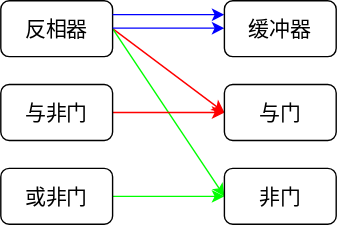
Before: [Notes]CircuitTheory/assets/2/逻辑门关系.drawio.svg, a diagram exported from draw.io (YiDingg/LatexNotes). Source tidied: cells renumbered, new cells last; positions are measured from the earlier drawing's top-left corner, leaving out a move shared by most shapes.
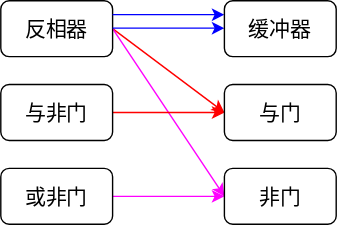
After the commit.

The edit, as a diff of the source:
```diff
@@ -5,7 +5,7 @@
     <mxCell id="2" style="edgeStyle=none;html=1;exitX=1;exitY=0.5;exitDx=0;exitDy=0;entryX=0;entryY=0.5;entryDx=0;entryDy=0;fontSize=15;strokeColor=#FF0000;" parent="1" edge="1" source="4" target="9">
       <mxGeometry relative="1" as="geometry" />
     </mxCell>
-    <mxCell id="3" style="edgeStyle=none;html=1;exitX=1;exitY=0.5;exitDx=0;exitDy=0;entryX=0;entryY=0.5;entryDx=0;entryDy=0;fontSize=15;strokeColor=#00FF00;" parent="1" edge="1" source="4" target="10">
+    <mxCell id="3" style="edgeStyle=none;html=1;exitX=1;exitY=0.5;exitDx=0;exitDy=0;entryX=0;entryY=0.5;entryDx=0;entryDy=0;fontSize=15;strokeColor=#FF00FF;" parent="1" edge="1" source="4" target="10">
       <mxGeometry relative="1" as="geometry" />
     </mxCell>
     <mxCell id="4" value="反相器" style="rounded=1;whiteSpace=wrap;html=1;fontSize=15;" parent="1" vertex="1">
@@ -19,7 +19,7 @@
     <mxCell id="6" value="与非门" style="rounded=1;whiteSpace=wrap;html=1;fontSize=15;" parent="1" vertex="1">
       <mxGeometry y="60" width="80" height="40" as="geometry" />
     </mxCell>
-    <mxCell id="7" style="edgeStyle=none;html=1;exitX=1;exitY=0.5;exitDx=0;exitDy=0;entryX=0;entryY=0.5;entryDx=0;entryDy=0;fontSize=15;strokeColor=#00FF00;" parent="1" edge="1" source="8" target="10">
+    <mxCell id="7" style="edgeStyle=none;html=1;exitX=1;exitY=0.5;exitDx=0;exitDy=0;entryX=0;entryY=0.5;entryDx=0;entryDy=0;fontSize=15;strokeColor=#FF00FF;" parent="1" edge="1" source="8" target="10">
       <mxGeometry relative="1" as="geometry" />
     </mxCell>
     <mxCell id="8" value="或非门" style="rounded=1;whiteSpace=wrap;html=1;fontSize=15;" parent="1" vertex="1">
```
